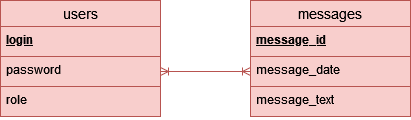
The draw.io diagram writer-reader-db.drawio.png in RazumeetsyaDanila/writer-reader-app, before a commit. Source tidied: cells renumbered, new cells last; positions are measured from the earlier drawing's top-left corner, leaving out a move shared by most shapes.
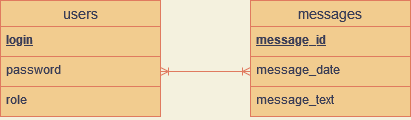
After the change.

Change to the diagram source:
```diff
@@ -1,32 +1,32 @@
-<mxGraphModel>
+<mxGraphModel background="#F4F1DE">
   <root>
     <mxCell id="0" />
     <mxCell id="1" parent="0" />
-    <mxCell id="2" value="users" style="swimlane;fontStyle=0;horizontal=1;startSize=26;align=center;fontSize=14;fillColor=#f8cecc;strokeColor=#b85450;" parent="1" vertex="1">
+    <mxCell id="2" value="users" style="swimlane;fontStyle=0;horizontal=1;startSize=26;align=center;fontSize=14;fillColor=#F2CC8F;strokeColor=#E07A5F;fontColor=#393C56;" parent="1" vertex="1">
       <mxGeometry width="160" height="116" as="geometry" />
     </mxCell>
-    <mxCell id="3" value="login" style="text;spacingLeft=4;spacingRight=4;overflow=hidden;fontSize=12;fontStyle=5;fillColor=#f8cecc;strokeColor=#b85450;" parent="2" vertex="1">
+    <mxCell id="3" value="login" style="text;spacingLeft=4;spacingRight=4;overflow=hidden;fontSize=12;fontStyle=5;fillColor=#F2CC8F;strokeColor=#E07A5F;fontColor=#393C56;" parent="2" vertex="1">
       <mxGeometry y="26" width="160" height="30" as="geometry" />
     </mxCell>
-    <mxCell id="4" value="password" style="text;spacingLeft=4;spacingRight=4;overflow=hidden;points=[[0,0.5],[1,0.5]];portConstraint=eastwest;fontSize=12;fillColor=#f8cecc;strokeColor=#b85450;" parent="2" vertex="1">
+    <mxCell id="4" value="password" style="text;spacingLeft=4;spacingRight=4;overflow=hidden;points=[[0,0.5],[1,0.5]];portConstraint=eastwest;fontSize=12;fillColor=#F2CC8F;strokeColor=#E07A5F;fontColor=#393C56;" parent="2" vertex="1">
       <mxGeometry y="56" width="160" height="30" as="geometry" />
     </mxCell>
-    <mxCell id="5" value="role" style="text;spacingLeft=4;spacingRight=4;overflow=hidden;fontSize=12;fillColor=#f8cecc;strokeColor=#b85450;" parent="2" vertex="1">
+    <mxCell id="5" value="role" style="text;spacingLeft=4;spacingRight=4;overflow=hidden;fontSize=12;fillColor=#F2CC8F;strokeColor=#E07A5F;fontColor=#393C56;" parent="2" vertex="1">
       <mxGeometry y="86" width="160" height="30" as="geometry" />
     </mxCell>
-    <mxCell id="6" value="messages" style="swimlane;fontStyle=0;horizontal=1;startSize=26;align=center;fontSize=14;fillColor=#f8cecc;strokeColor=#b85450;" parent="1" vertex="1">
+    <mxCell id="6" value="messages" style="swimlane;fontStyle=0;horizontal=1;startSize=26;align=center;fontSize=14;fillColor=#F2CC8F;strokeColor=#E07A5F;fontColor=#393C56;" parent="1" vertex="1">
       <mxGeometry x="250" width="160" height="116" as="geometry" />
     </mxCell>
-    <mxCell id="7" value="message_id" style="text;spacingLeft=4;spacingRight=4;overflow=hidden;fontSize=12;fontStyle=5;fillColor=#f8cecc;strokeColor=#b85450;" parent="6" vertex="1">
+    <mxCell id="7" value="message_id" style="text;spacingLeft=4;spacingRight=4;overflow=hidden;fontSize=12;fontStyle=5;fillColor=#F2CC8F;strokeColor=#E07A5F;fontColor=#393C56;" parent="6" vertex="1">
       <mxGeometry y="26" width="160" height="30" as="geometry" />
     </mxCell>
-    <mxCell id="8" value="message_date" style="text;spacingLeft=4;spacingRight=4;overflow=hidden;points=[[0,0.5],[1,0.5]];portConstraint=eastwest;fontSize=12;fillColor=#f8cecc;strokeColor=#b85450;" parent="6" vertex="1">
+    <mxCell id="8" value="message_date" style="text;spacingLeft=4;spacingRight=4;overflow=hidden;points=[[0,0.5],[1,0.5]];portConstraint=eastwest;fontSize=12;fillColor=#F2CC8F;strokeColor=#E07A5F;fontColor=#393C56;" parent="6" vertex="1">
       <mxGeometry y="56" width="160" height="30" as="geometry" />
     </mxCell>
-    <mxCell id="9" value="message_text" style="text;spacingLeft=4;spacingRight=4;overflow=hidden;fontSize=12;fillColor=#f8cecc;strokeColor=#b85450;" parent="6" vertex="1">
+    <mxCell id="9" value="message_text" style="text;spacingLeft=4;spacingRight=4;overflow=hidden;fontSize=12;fillColor=#F2CC8F;strokeColor=#E07A5F;fontColor=#393C56;" parent="6" vertex="1">
       <mxGeometry y="86" width="160" height="30" as="geometry" />
     </mxCell>
-    <mxCell id="10" style="edgeStyle=entityRelationEdgeStyle;fontSize=12;html=1;endArrow=ERoneToMany;startArrow=ERoneToMany;rounded=0;entryX=0;entryY=0.5;entryDx=0;entryDy=0;exitX=1;exitY=0.5;exitDx=0;exitDy=0;fillColor=#f8cecc;strokeColor=#b85450;" parent="1" edge="1" source="4" target="8">
+    <mxCell id="10" style="edgeStyle=entityRelationEdgeStyle;fontSize=12;html=1;endArrow=ERoneToMany;startArrow=ERoneToMany;rounded=0;entryX=0;entryY=0.5;entryDx=0;entryDy=0;exitX=1;exitY=0.5;exitDx=0;exitDy=0;fillColor=#F2CC8F;strokeColor=#E07A5F;labelBackgroundColor=#F4F1DE;fontColor=#393C56;" parent="1" edge="1" source="4" target="8">
       <mxGeometry relative="1" as="geometry" />
     </mxCell>
   </root>
```
